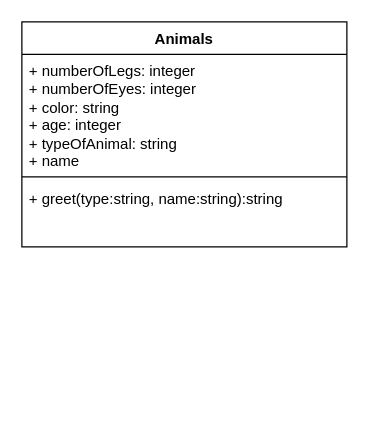
Earlier version of the draw.io diagram Animals.drawio (MacroFlower/Bug-Company). Source tidied: cells renumbered, new cells numbered last; positions are measured from the earlier drawing's top-left corner, leaving out a move shared by most shapes. Both pictures are drawn from the tidied source at 125%, with x=0, y=0 at pixel (21, 21).
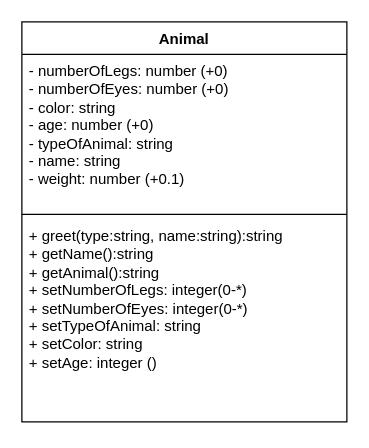
Above is the later version.

Diff of the diagram source:
```diff
@@
 <mxGraphModel>
   <root>
     <mxCell id="0" />
     <mxCell id="1" parent="0" />
-    <mxCell id="2" value="Animals" style="swimlane;fontStyle=1;align=center;verticalAlign=top;horizontal=1;startSize=26;whiteSpace=wrap;html=1;" parent="1" vertex="1">
-      <mxGeometry width="260" height="180" as="geometry" />
+    <mxCell id="2" value="Animal" style="swimlane;fontStyle=1;align=center;verticalAlign=top;horizontal=1;startSize=26;whiteSpace=wrap;html=1;" parent="1" vertex="1">
+      <mxGeometry width="260" height="320" as="geometry" />
     </mxCell>
-    <mxCell id="3" value="+ numberOfLegs: integer&lt;div&gt;+ numberOfEyes: integer&lt;/div&gt;&lt;div&gt;+ color: string&lt;/div&gt;&lt;div&gt;+ age: integer&lt;/div&gt;&lt;div&gt;+ typeOfAnimal: string&lt;/div&gt;&lt;div&gt;+ name&lt;/div&gt;" style="text;strokeColor=none;fillColor=none;align=left;verticalAlign=top;spacingLeft=4;spacingRight=4;overflow=hidden;whiteSpace=wrap;html=1;" parent="2" vertex="1">
-      <mxGeometry y="26" width="260" height="94" as="geometry" />
+    <mxCell id="3" value="- numberOfLegs: number (+0)&lt;div&gt;- numberOfEyes: number (+0)&lt;/div&gt;&lt;div&gt;- color: string&lt;/div&gt;&lt;div&gt;- age: number (+0)&lt;/div&gt;&lt;div&gt;- typeOfAnimal: string&lt;/div&gt;&lt;div&gt;- name: string&lt;/div&gt;&lt;div&gt;- weight: number (+0.1)&lt;/div&gt;" style="text;strokeColor=none;fillColor=none;align=left;verticalAlign=top;spacingLeft=4;spacingRight=4;overflow=hidden;whiteSpace=wrap;html=1;" parent="2" vertex="1">
+      <mxGeometry y="26" width="260" height="124" as="geometry" />
     </mxCell>
     <mxCell id="4" style="line;strokeWidth=1;fillColor=none;align=left;verticalAlign=middle;spacingTop=-1;spacingLeft=3;spacingRight=3;labelPosition=right;strokeColor=inherit;" parent="2" vertex="1">
-      <mxGeometry y="120" width="260" height="8" as="geometry" />
+      <mxGeometry y="150" width="260" height="8" as="geometry" />
     </mxCell>
-    <mxCell id="5" value="+ greet(type:string, name:string):string&lt;div&gt;&lt;br&gt;&lt;/div&gt;" style="text;strokeColor=none;fillColor=none;align=left;verticalAlign=top;spacingLeft=4;spacingRight=4;overflow=hidden;whiteSpace=wrap;html=1;" parent="2" vertex="1">
-      <mxGeometry y="128" width="260" height="52" as="geometry" />
+    <mxCell id="5" value="+ greet(type:string, name:string):string&lt;div&gt;+ getName():string&lt;/div&gt;&lt;div&gt;+ getAnimal():string&lt;/div&gt;&lt;div&gt;+ setNumberOfLegs: integer(0-*)&lt;/div&gt;&lt;div&gt;+ setNumberOfEyes: integer(0-*)&lt;/div&gt;&lt;div&gt;+ setTypeOfAnimal: string&lt;/div&gt;&lt;div&gt;+ setColor: string&lt;/div&gt;&lt;div&gt;+ setAge: integer ()&lt;/div&gt;&lt;div&gt;&lt;br&gt;&lt;/div&gt;" style="text;strokeColor=none;fillColor=none;align=left;verticalAlign=top;spacingLeft=4;spacingRight=4;overflow=hidden;whiteSpace=wrap;html=1;" parent="2" vertex="1">
+      <mxGeometry y="158" width="260" height="162" as="geometry" />
     </mxCell>
   </root>
 </mxGraphModel>
```
